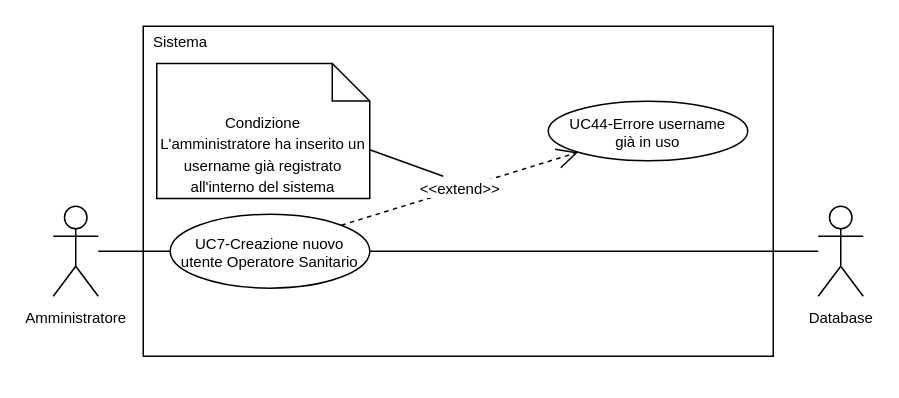
SnakeByteTeam/snakebyteteam.github.io keeps this draw.io diagram as 2-RTB/Documenti_esterni/Analisi_dei_requisiti/draw.io/UC7.drawio. Above is the earlier version. Source tidied: cells renumbered, new cells numbered last; positions are measured from the earlier drawing's top-left corner, leaving out a move shared by most shapes. Both pictures are drawn from the tidied source at 150%, with x=0, y=0 at pixel (52, 26).
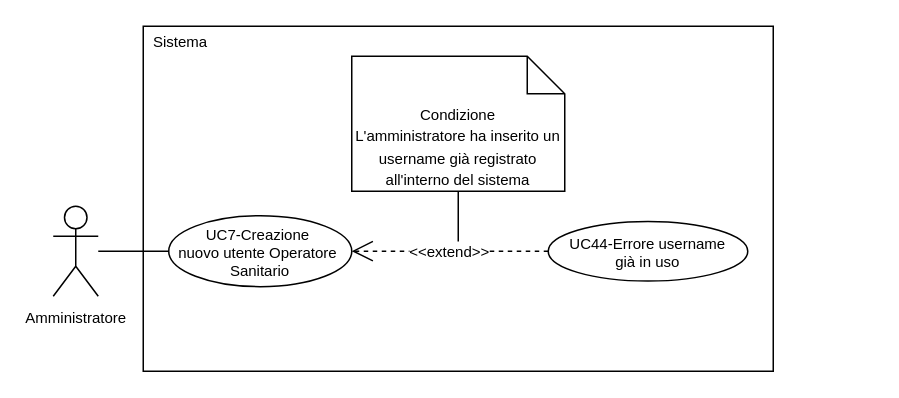
Above is the later version.

What changed in the source:
```diff
@@
 <mxGraphModel>
   <root>
     <mxCell id="0" />
     <mxCell id="1" parent="0" />
     <mxCell id="2" value="&lt;font style=&quot;font-size: 10px; line-height: 100%;&quot;&gt;Amministratore&lt;/font&gt;" style="shape=umlActor;verticalLabelPosition=bottom;verticalAlign=top;html=1;outlineConnect=0;" parent="1" vertex="1">
       <mxGeometry y="120" width="30" height="60" as="geometry" />
     </mxCell>
     <mxCell id="3" style="rounded=0;whiteSpace=wrap;html=1;" parent="1" vertex="1">
-      <mxGeometry x="60" width="420" height="220" as="geometry" />
+      <mxGeometry x="60" width="420" height="230" as="geometry" />
     </mxCell>
     <mxCell id="4" style="edgeStyle=orthogonalEdgeStyle;rounded=0;jettySize=auto;html=1;exitX=0;exitY=0.5;exitDx=0;exitDy=0;endArrow=none;endFill=0;" parent="1" edge="1" source="5" target="2">
       <mxGeometry relative="1" as="geometry" />
     </mxCell>
-    <mxCell id="5" value="&lt;div style=&quot;line-height: 100%;&quot;&gt;&lt;div&gt;&lt;font style=&quot;line-height: 100%; font-size: 10px;&quot;&gt;UC7-Creazione nuovo&lt;/font&gt;&lt;/div&gt;&lt;div&gt;&lt;font style=&quot;line-height: 100%; font-size: 10px;&quot;&gt;utente Operatore Sanitario&lt;/font&gt;&lt;/div&gt;&lt;/div&gt;" style="ellipse;whiteSpace=wrap;html=1;" parent="1" vertex="1">
-      <mxGeometry x="78" y="125.3" width="133" height="49.3" as="geometry" />
+    <mxCell id="5" value="&lt;div style=&quot;line-height: 100%;&quot;&gt;&lt;div&gt;&lt;font style=&quot;line-height: 100%; font-size: 10px;&quot;&gt;UC7-Creazione&amp;nbsp;&lt;/font&gt;&lt;/div&gt;&lt;div&gt;&lt;font style=&quot;line-height: 100%; font-size: 10px;&quot;&gt;nuovo utente Operatore&amp;nbsp;&lt;/font&gt;&lt;/div&gt;&lt;div&gt;&lt;font style=&quot;line-height: 100%; font-size: 10px;&quot;&gt;Sanitario&lt;/font&gt;&lt;/div&gt;&lt;/div&gt;" style="ellipse;whiteSpace=wrap;html=1;" parent="1" vertex="1">
+      <mxGeometry x="77" y="126.3" width="122" height="47.3" as="geometry" />
     </mxCell>
     <mxCell id="6" value="&lt;font style=&quot;font-size: 10px; line-height: 100%;&quot;&gt;Sistema&lt;/font&gt;" style="text;html=1;whiteSpace=wrap;strokeColor=none;fillColor=none;align=center;verticalAlign=middle;rounded=0;" parent="1" vertex="1">
       <mxGeometry x="60" width="50" height="20" as="geometry" />
     </mxCell>
     <mxCell id="7" value="&lt;div style=&quot;line-height: 100%;&quot;&gt;&lt;font style=&quot;line-height: 100%; font-size: 10px;&quot;&gt;UC44-Errore username&lt;br&gt;&lt;/font&gt;&lt;/div&gt;&lt;div style=&quot;line-height: 100%;&quot;&gt;&lt;font style=&quot;line-height: 100%; font-size: 10px;&quot;&gt;già in uso&lt;/font&gt;&lt;/div&gt;" style="ellipse;whiteSpace=wrap;html=1;" parent="1" vertex="1">
-      <mxGeometry x="330" y="50" width="133" height="39.7" as="geometry" />
+      <mxGeometry x="330" y="130.2" width="133" height="39.7" as="geometry" />
     </mxCell>
-    <mxCell id="8" style="rounded=0;jettySize=auto;html=1;endArrow=none;endFill=0;exitX=0;exitY=0;exitDx=142;exitDy=57.5;exitPerimeter=0;" parent="1" edge="1" source="9">
+    <mxCell id="8" style="rounded=0;jettySize=auto;html=1;endArrow=none;endFill=0;exitX=0.5;exitY=1;exitDx=0;exitDy=0;exitPerimeter=0;" parent="1" edge="1" source="9">
       <mxGeometry relative="1" as="geometry">
-        <mxPoint x="260" y="100" as="targetPoint" />
+        <mxPoint x="270" y="150" as="targetPoint" />
       </mxGeometry>
     </mxCell>
     <mxCell id="9" value="&lt;font style=&quot;font-size: 10px; line-height: 100%;&quot;&gt;Condizione&lt;/font&gt;&lt;div&gt;&lt;font style=&quot;font-size: 10px; line-height: 100%;&quot;&gt;L'amministratore ha inserito un username già registrato all'interno del sistema&lt;/font&gt;&lt;/div&gt;" style="shape=note2;boundedLbl=1;whiteSpace=wrap;html=1;size=25;verticalAlign=top;align=center;" parent="1" vertex="1">
-      <mxGeometry x="69" y="24.8" width="142" height="90" as="geometry" />
+      <mxGeometry x="199" y="20" width="142" height="90" as="geometry" />
     </mxCell>
-    <mxCell id="10" value="&lt;font style=&quot;font-size: 10px;&quot;&gt;&amp;lt;&amp;lt;extend&amp;gt;&amp;gt;&lt;/font&gt;" style="endArrow=open;endSize=12;dashed=1;html=1;rounded=0;exitX=1;exitY=0;exitDx=0;exitDy=0;" parent="1" edge="1" source="5" target="7">
+    <mxCell id="10" value="&lt;font style=&quot;font-size: 10px;&quot;&gt;&amp;lt;&amp;lt;extend&amp;gt;&amp;gt;&lt;/font&gt;" style="endArrow=open;endSize=12;dashed=1;html=1;rounded=0;exitX=0;exitY=0.5;exitDx=0;exitDy=0;entryX=1;entryY=0.5;entryDx=0;entryDy=0;" parent="1" edge="1" source="7" target="5">
       <mxGeometry relative="1" as="geometry" />
     </mxCell>
-    <mxCell id="11" style="rounded=0;jettySize=auto;html=1;entryX=1;entryY=0.5;entryDx=0;entryDy=0;endArrow=none;endFill=0;" parent="1" edge="1" source="12" target="5">
-      <mxGeometry relative="1" as="geometry" />
-    </mxCell>
-    <mxCell id="12" value="&lt;font style=&quot;font-size: 10px; line-height: 100%;&quot;&gt;Database&lt;/font&gt;" style="shape=umlActor;verticalLabelPosition=bottom;verticalAlign=top;html=1;outlineConnect=0;" parent="1" vertex="1">
-      <mxGeometry x="510" y="120" width="30" height="60" as="geometry" />
-    </mxCell>
   </root>
 </mxGraphModel>
```
